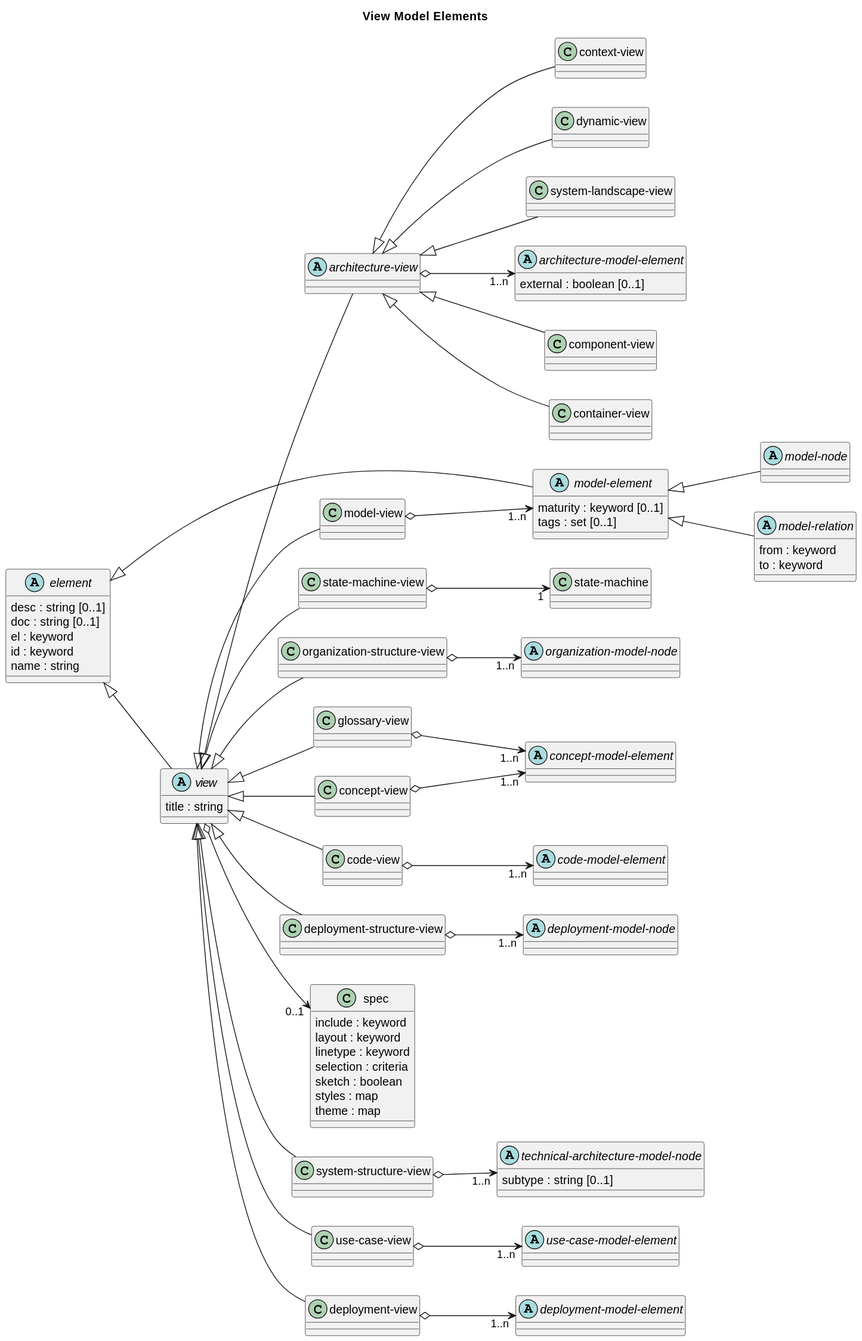
Above: doc/images/overarch/data-model/view-model-elements.svg in soulspace-org/overarch (PlantUML), before the change.
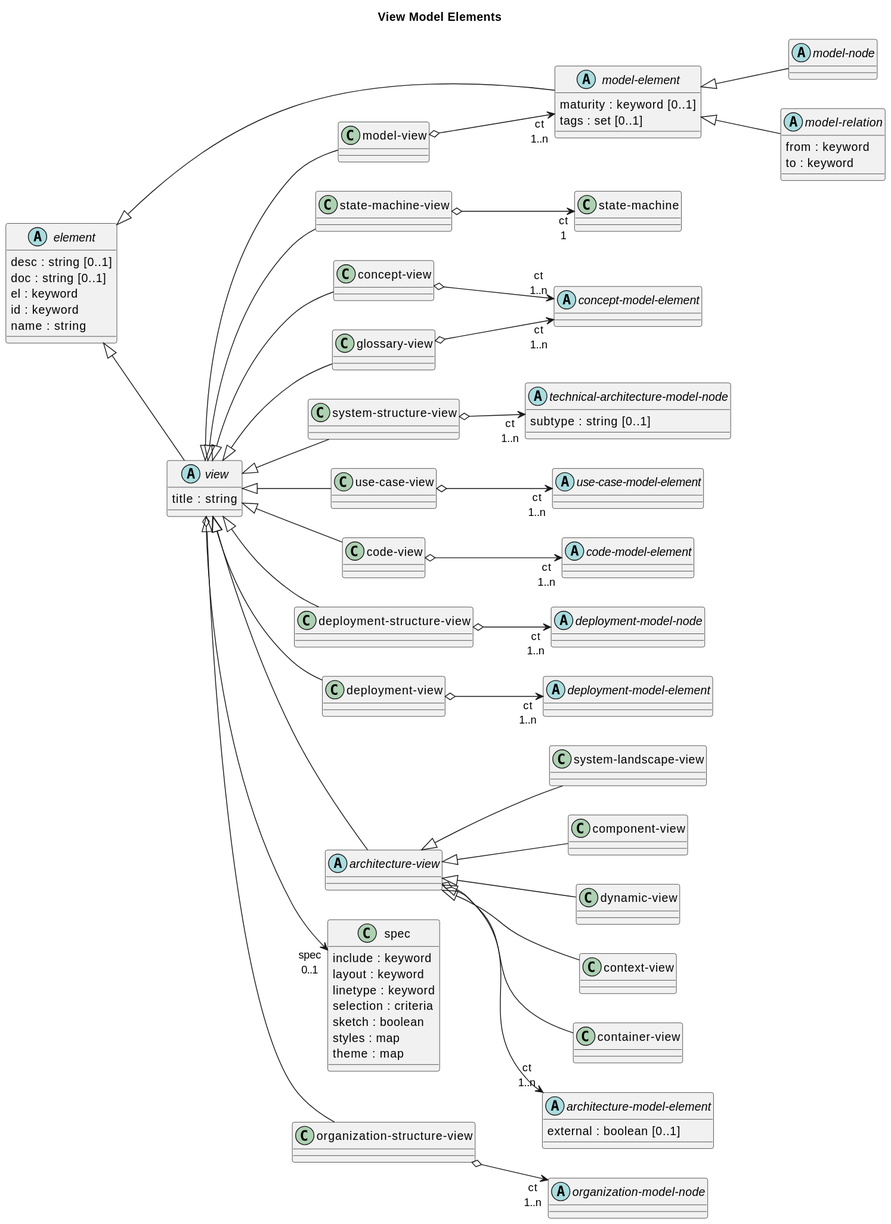
After the commit.

Commit message:
update data model diagrams

What changed in the source:
```diff
@@ -5,9 +5,38 @@
 
 title View Model Elements
 
+abstract class "technical-architecture-model-node" as overarch_dataModel_technicalArchitectureModelNode {
+  subtype : string [0..1]
+}
+abstract class "concept-model-element" as overarch_dataModel_conceptModelElement {}
+class "state-machine-view" as overarch_dataModel_stateMachineView {}
 class "concept-view" as overarch_dataModel_conceptView {}
+abstract class "model-element" as overarch_dataModel_modelElement {
+  maturity : keyword [0..1]
+  tags : set [0..1]
+}
+class "system-landscape-view" as overarch_dataModel_systemLandscapeView {}
+class "component-view" as overarch_dataModel_componentView {}
+class "system-structure-view" as overarch_dataModel_systemStructureView {}
+class "use-case-view" as overarch_dataModel_useCaseView {}
+class "code-view" as overarch_dataModel_codeView {}
+abstract class "deployment-model-node" as overarch_dataModel_deploymentModelNode {}
+class "dynamic-view" as overarch_dataModel_dynamicView {}
+class "deployment-structure-view" as overarch_dataModel_deploymentStructureView {}
 class "state-machine" as overarch_dataModel_stateMachine {}
-abstract class "concept-model-element" as overarch_dataModel_conceptModelElement {}
+abstract class "model-node" as overarch_dataModel_modelNode {}
+class "glossary-view" as overarch_dataModel_glossaryView {}
+abstract class "model-relation" as overarch_dataModel_modelRelation {
+  from : keyword
+  to : keyword
+}
+class "deployment-view" as overarch_dataModel_deploymentView {}
+class "context-view" as overarch_dataModel_contextView {}
+abstract class "deployment-model-element" as overarch_dataModel_deploymentModelElement {}
+class "model-view" as overarch_dataModel_modelView {}
+class "container-view" as overarch_dataModel_containerView {}
+abstract class "architecture-view" as overarch_dataModel_architectureView {}
+abstract class "use-case-model-element" as overarch_dataModel_useCaseModelElement {}
 abstract class "element" as overarch_dataModel_element {
   desc : string [0..1]
   doc : string [0..1]
@@ -15,13 +44,9 @@
   id : keyword
   name : string
 }
-class "model-view" as overarch_dataModel_modelView {}
-class "glossary-view" as overarch_dataModel_glossaryView {}
-abstract class "technical-architecture-model-node" as overarch_dataModel_technicalArchitectureModelNode {
-  subtype : string [0..1]
+abstract class "architecture-model-element" as overarch_dataModel_architectureModelElement {
+  external : boolean [0..1]
 }
-class "deployment-structure-view" as overarch_dataModel_deploymentStructureView {}
-class "container-view" as overarch_dataModel_containerView {}
 class "spec" as overarch_dataModel_renderingSpec {
   include : keyword
   layout : keyword
@@ -31,38 +56,13 @@
   styles : map
   theme : map
 }
-class "system-structure-view" as overarch_dataModel_systemStructureView {}
-abstract class "deployment-model-node" as overarch_dataModel_deploymentModelNode {}
-class "context-view" as overarch_dataModel_contextView {}
-class "dynamic-view" as overarch_dataModel_dynamicView {}
-class "use-case-view" as overarch_dataModel_useCaseView {}
-class "deployment-view" as overarch_dataModel_deploymentView {}
-abstract class "model-node" as overarch_dataModel_modelNode {}
+abstract class "code-model-element" as overarch_dataModel_codeModelElement {}
+abstract class "organization-model-node" as overarch_dataModel_organizationModelNode {}
 abstract class "view" as overarch_dataModel_view {
   title : string
 }
-class "system-landscape-view" as overarch_dataModel_systemLandscapeView {}
-abstract class "model-relation" as overarch_dataModel_modelRelation {
-  from : keyword
-  to : keyword
-}
-class "state-machine-view" as overarch_dataModel_stateMachineView {}
 class "organization-structure-view" as overarch_dataModel_organizationStructureView {}
-abstract class "deployment-model-element" as overarch_dataModel_deploymentModelElement {}
-abstract class "architecture-model-element" as overarch_dataModel_architectureModelElement {
-  external : boolean [0..1]
-}
-abstract class "model-element" as overarch_dataModel_modelElement {
-  maturity : keyword [0..1]
-  tags : set [0..1]
-}
-abstract class "architecture-view" as overarch_dataModel_architectureView {}
-abstract class "use-case-model-element" as overarch_dataModel_useCaseModelElement {}
-class "component-view" as overarch_dataModel_componentView {}
-class "code-view" as overarch_dataModel_codeView {}
-abstract class "code-model-element" as overarch_dataModel_codeModelElement {}
-abstract class "organization-model-node" as overarch_dataModel_organizationModelNode {}
-overarch_dataModel_codeView o-->  "1..n" overarch_dataModel_codeModelElement
+overarch_dataModel_codeView o-->  "ct\n1..n" overarch_dataModel_codeModelElement
 overarch_dataModel_architectureView <|-- overarch_dataModel_dynamicView
 overarch_dataModel_element <|-- overarch_dataModel_modelElement
 overarch_dataModel_view <|-- overarch_dataModel_systemStructureView
@@ -72,26 +72,26 @@
 overarch_dataModel_element <|-- overarch_dataModel_view
 overarch_dataModel_view <|-- overarch_dataModel_stateMachineView
 overarch_dataModel_view <|-- overarch_dataModel_deploymentView
-overarch_dataModel_conceptView o-->  "1..n" overarch_dataModel_conceptModelElement
+overarch_dataModel_conceptView o-->  "ct\n1..n" overarch_dataModel_conceptModelElement
 overarch_dataModel_architectureView <|-- overarch_dataModel_containerView
 overarch_dataModel_architectureView <|-- overarch_dataModel_componentView
 overarch_dataModel_view <|-- overarch_dataModel_codeView
-overarch_dataModel_architectureView o-->  "1..n" overarch_dataModel_architectureModelElement
+overarch_dataModel_architectureView o-->  "ct\n1..n" overarch_dataModel_architectureModelElement
 overarch_dataModel_modelElement <|-- overarch_dataModel_modelRelation
-overarch_dataModel_organizationStructureView o-->  "1..n" overarch_dataModel_organizationModelNode
+overarch_dataModel_organizationStructureView o-->  "ct\n1..n" overarch_dataModel_organizationModelNode
 overarch_dataModel_view <|-- overarch_dataModel_conceptView
 overarch_dataModel_view <|-- overarch_dataModel_useCaseView
-overarch_dataModel_systemStructureView o-->  "1..n" overarch_dataModel_technicalArchitectureModelNode
-overarch_dataModel_deploymentView o-->  "1..n" overarch_dataModel_deploymentModelElement
+overarch_dataModel_systemStructureView o-->  "ct\n1..n" overarch_dataModel_technicalArchitectureModelNode
+overarch_dataModel_deploymentView o-->  "ct\n1..n" overarch_dataModel_deploymentModelElement
 overarch_dataModel_view <|-- overarch_dataModel_deploymentStructureView
-overarch_dataModel_modelView o-->  "1..n" overarch_dataModel_modelElement
-overarch_dataModel_stateMachineView o-->  "1" overarch_dataModel_stateMachine
-overarch_dataModel_view o-->  "0..1" overarch_dataModel_renderingSpec
+overarch_dataModel_modelView o-->  "ct\n1..n" overarch_dataModel_modelElement
+overarch_dataModel_stateMachineView o-->  "ct\n1" overarch_dataModel_stateMachine
+overarch_dataModel_view o-->  "spec\n0..1" overarch_dataModel_renderingSpec
 overarch_dataModel_view <|-- overarch_dataModel_glossaryView
-overarch_dataModel_deploymentStructureView o-->  "1..n" overarch_dataModel_deploymentModelNode
+overarch_dataModel_deploymentStructureView o-->  "ct\n1..n" overarch_dataModel_deploymentModelNode
 overarch_dataModel_view <|-- overarch_dataModel_modelView
 overarch_dataModel_architectureView <|-- overarch_dataModel_contextView
-overarch_dataModel_glossaryView o-->  "1..n" overarch_dataModel_conceptModelElement
+overarch_dataModel_glossaryView o-->  "ct\n1..n" overarch_dataModel_conceptModelElement
 overarch_dataModel_view <|-- overarch_dataModel_architectureView
-overarch_dataModel_useCaseView o-->  "1..n" overarch_dataModel_useCaseModelElement
+overarch_dataModel_useCaseView o-->  "ct\n1..n" overarch_dataModel_useCaseModelElement
 @enduml
```
